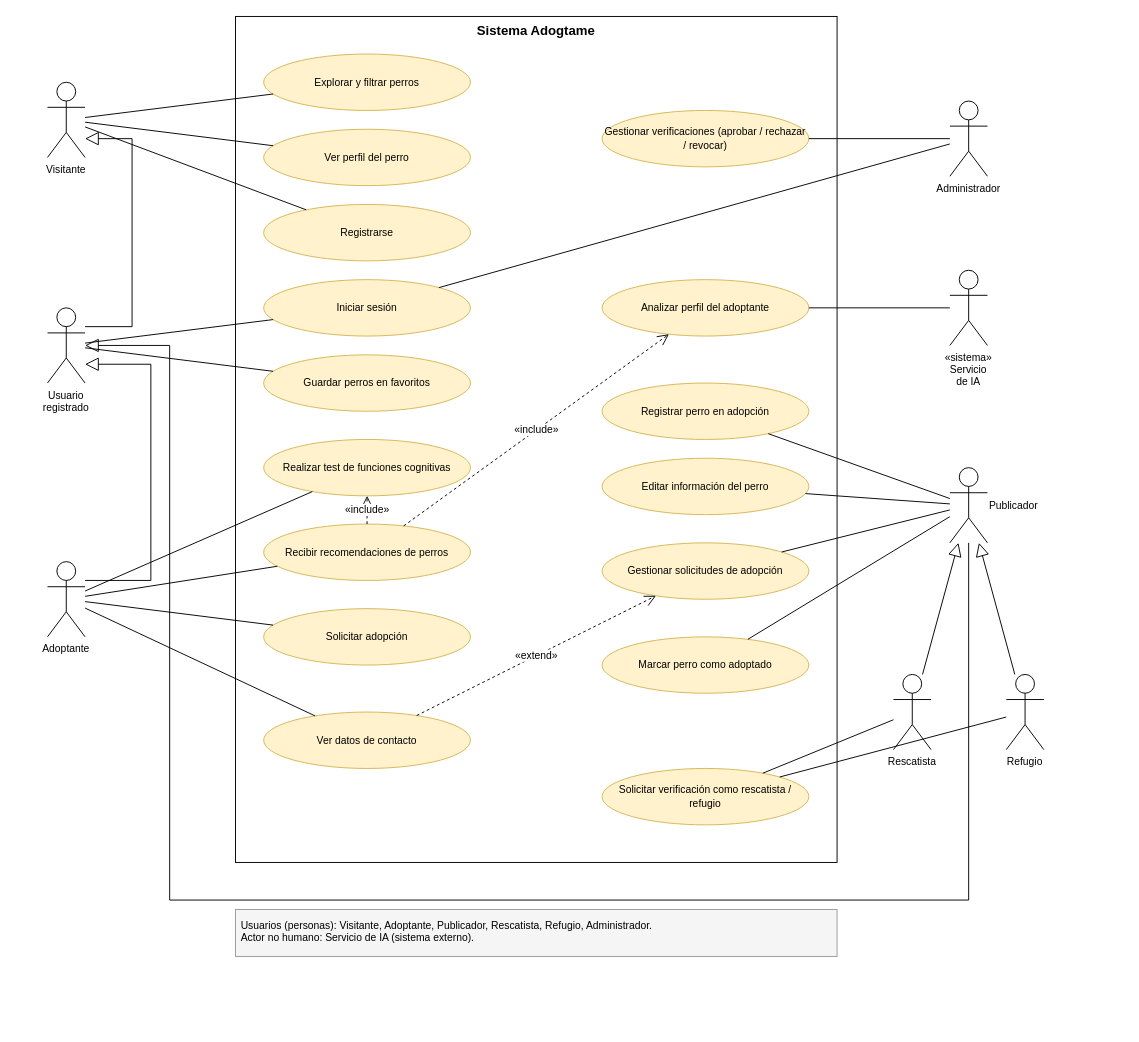
This is Entregable2/diagramas/04_Casos_de_Uso.drawio from Magdala-Commitee-Corporation/adogtame-docs, a draw.io file, before an edit. Source tidied: cells renumbered, new cells numbered last; positions are measured from the earlier drawing's top-left corner, leaving out a move shared by most shapes. Both pictures are drawn from the tidied source at 94%, with x=0, y=0 at pixel (47, 16).
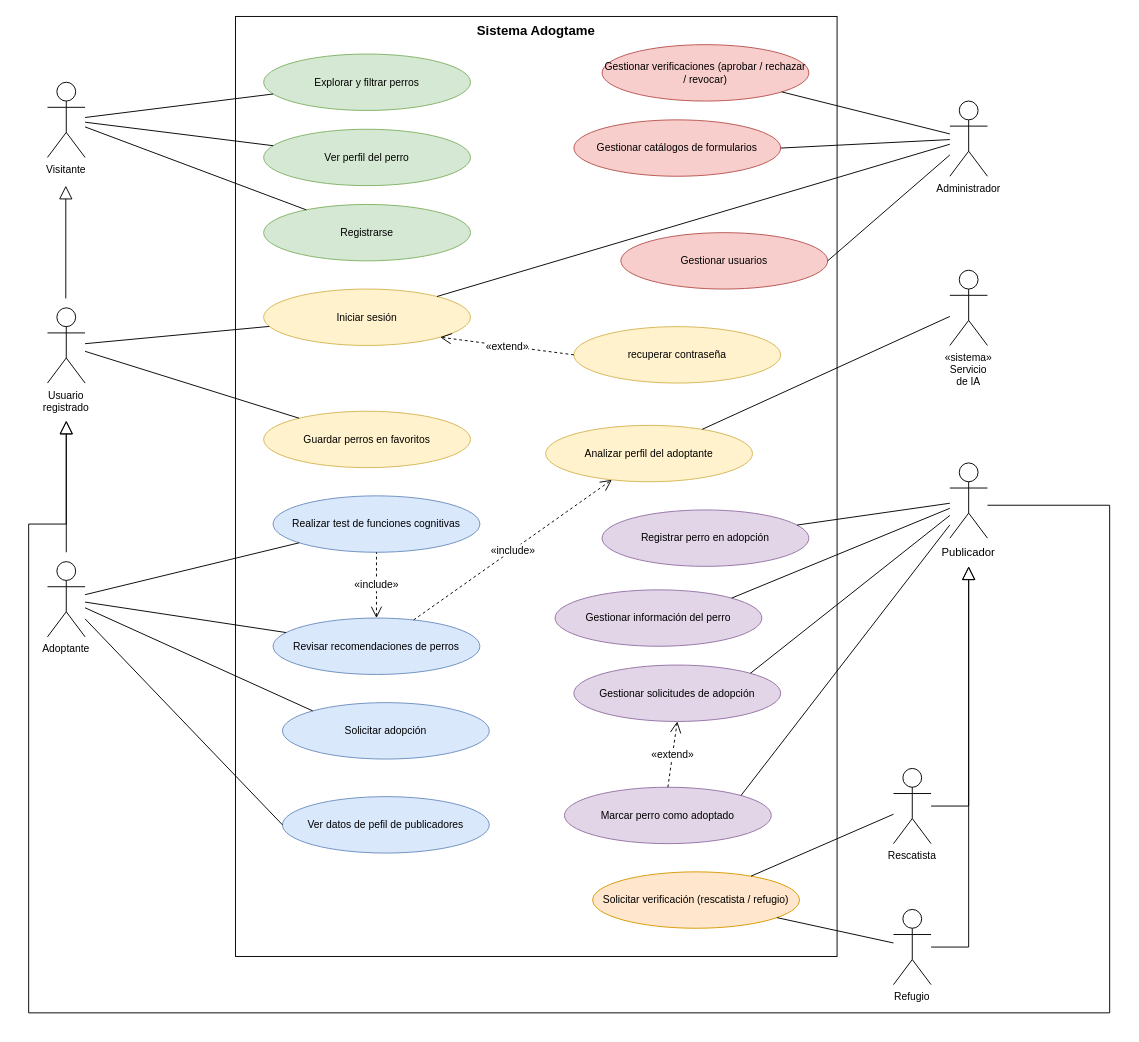
Above is the later version.

Commit message (it also covers changes not shown here):
docs: add recomendation specification

Update general use case diagram

Unchanged cells that the change refers to:
```xml
<mxCell id="19" value="Visitante" style="shape=umlActor;verticalLabelPosition=bottom;verticalAlign=top;html=1;outlineConnect=0;whiteSpace=wrap;fontSize=11;" parent="1" vertex="1">
  <mxGeometry y="70" width="40" height="80" as="geometry" />
</mxCell>
<mxCell id="20" value="Usuario registrado" style="shape=umlActor;verticalLabelPosition=bottom;verticalAlign=top;html=1;outlineConnect=0;whiteSpace=wrap;fontSize=11;" parent="1" vertex="1">
  <mxGeometry y="310" width="40" height="80" as="geometry" />
</mxCell>
<mxCell id="21" value="Adoptante" style="shape=umlActor;verticalLabelPosition=bottom;verticalAlign=top;html=1;outlineConnect=0;whiteSpace=wrap;fontSize=11;" parent="1" vertex="1">
  <mxGeometry y="580" width="40" height="80" as="geometry" />
</mxCell>
<mxCell id="25" value="Administrador" style="shape=umlActor;verticalLabelPosition=bottom;verticalAlign=top;html=1;outlineConnect=0;whiteSpace=wrap;fontSize=11;" parent="1" vertex="1">
  <mxGeometry x="960" y="90" width="40" height="80" as="geometry" />
</mxCell>
```

The edit, as a diff of the source:
```diff
@@
     <mxCell id="2" value="Sistema Adogtame" style="rounded=0;whiteSpace=wrap;html=1;verticalAlign=top;fontStyle=1;fontSize=14;fillColor=none;" parent="1" vertex="1">
-      <mxGeometry x="200" width="640" height="900" as="geometry" />
+      <mxGeometry x="200" width="640" height="1000" as="geometry" />
     </mxCell>
-    <mxCell id="3" value="Explorar y filtrar perros" style="ellipse;whiteSpace=wrap;html=1;fillColor=#fff2cc;strokeColor=#d6b656;fontSize=11;" parent="1" vertex="1">
+    <mxCell id="3" value="Explorar y filtrar perros" style="ellipse;whiteSpace=wrap;html=1;fillColor=#d5e8d4;strokeColor=#82b366;fontSize=11;" parent="1" vertex="1">
       <mxGeometry x="230" y="40" width="220" height="60" as="geometry" />
     </mxCell>
-    <mxCell id="4" value="Ver perfil del perro" style="ellipse;whiteSpace=wrap;html=1;fillColor=#fff2cc;strokeColor=#d6b656;fontSize=11;" parent="1" vertex="1">
+    <mxCell id="4" value="Ver perfil del perro" style="ellipse;whiteSpace=wrap;html=1;fillColor=#d5e8d4;strokeColor=#82b366;fontSize=11;" parent="1" vertex="1">
       <mxGeometry x="230" y="120" width="220" height="60" as="geometry" />
     </mxCell>
-    <mxCell id="5" value="Registrarse" style="ellipse;whiteSpace=wrap;html=1;fillColor=#fff2cc;strokeColor=#d6b656;fontSize=11;" parent="1" vertex="1">
+    <mxCell id="5" value="Registrarse" style="ellipse;whiteSpace=wrap;html=1;fillColor=#d5e8d4;strokeColor=#82b366;fontSize=11;" parent="1" vertex="1">
       <mxGeometry x="230" y="200" width="220" height="60" as="geometry" />
     </mxCell>
     <mxCell id="6" value="Iniciar sesión" style="ellipse;whiteSpace=wrap;html=1;fillColor=#fff2cc;strokeColor=#d6b656;fontSize=11;" parent="1" vertex="1">
-      <mxGeometry x="230" y="280" width="220" height="60" as="geometry" />
+      <mxGeometry x="230" y="290" width="220" height="60" as="geometry" />
     </mxCell>
     <mxCell id="7" value="Guardar perros en favoritos" style="ellipse;whiteSpace=wrap;html=1;fillColor=#fff2cc;strokeColor=#d6b656;fontSize=11;" parent="1" vertex="1">
-      <mxGeometry x="230" y="360" width="220" height="60" as="geometry" />
+      <mxGeometry x="230" y="420" width="220" height="60" as="geometry" />
     </mxCell>
-    <mxCell id="8" value="Realizar test de funciones cognitivas" style="ellipse;whiteSpace=wrap;html=1;fillColor=#fff2cc;strokeColor=#d6b656;fontSize=11;" parent="1" vertex="1">
-      <mxGeometry x="230" y="450" width="220" height="60" as="geometry" />
+    <mxCell id="8" value="Realizar test de funciones cognitivas" style="ellipse;whiteSpace=wrap;html=1;fillColor=#dae8fc;strokeColor=#6c8ebf;fontSize=11;" parent="1" vertex="1">
+      <mxGeometry x="240" y="510" width="220" height="60" as="geometry" />
     </mxCell>
-    <mxCell id="9" value="Recibir recomendaciones de perros" style="ellipse;whiteSpace=wrap;html=1;fillColor=#fff2cc;strokeColor=#d6b656;fontSize=11;" parent="1" vertex="1">
-      <mxGeometry x="230" y="540" width="220" height="60" as="geometry" />
+    <mxCell id="9" value="Revisar recomendaciones de perros" style="ellipse;whiteSpace=wrap;html=1;fillColor=#dae8fc;strokeColor=#6c8ebf;fontSize=11;" parent="1" vertex="1">
+      <mxGeometry x="240" y="640" width="220" height="60" as="geometry" />
     </mxCell>
-    <mxCell id="10" value="Solicitar adopción" style="ellipse;whiteSpace=wrap;html=1;fillColor=#fff2cc;strokeColor=#d6b656;fontSize=11;" parent="1" vertex="1">
-      <mxGeometry x="230" y="630" width="220" height="60" as="geometry" />
+    <mxCell id="10" value="Solicitar adopción" style="ellipse;whiteSpace=wrap;html=1;fillColor=#dae8fc;strokeColor=#6c8ebf;fontSize=11;" parent="1" vertex="1">
+      <mxGeometry x="250" y="730" width="220" height="60" as="geometry" />
     </mxCell>
-    <mxCell id="11" value="Ver datos de contacto" style="ellipse;whiteSpace=wrap;html=1;fillColor=#fff2cc;strokeColor=#d6b656;fontSize=11;" parent="1" vertex="1">
-      <mxGeometry x="230" y="740" width="220" height="60" as="geometry" />
+    <mxCell id="11" value="Ver datos de pefil de publicadores" style="ellipse;whiteSpace=wrap;html=1;fillColor=#dae8fc;strokeColor=#6c8ebf;fontSize=11;" parent="1" vertex="1">
+      <mxGeometry x="250" y="830" width="220" height="60" as="geometry" />
     </mxCell>
-    <mxCell id="12" value="Gestionar verificaciones (aprobar / rechazar / revocar)" style="ellipse;whiteSpace=wrap;html=1;fillColor=#fff2cc;strokeColor=#d6b656;fontSize=11;" parent="1" vertex="1">
-      <mxGeometry x="590" y="100" width="220" height="60" as="geometry" />
+    <mxCell id="12" value="Gestionar verificaciones (aprobar / rechazar / revocar)" style="ellipse;whiteSpace=wrap;html=1;fillColor=#f8cecc;strokeColor=#b85450;fontSize=11;" parent="1" vertex="1">
+      <mxGeometry x="590" y="30" width="220" height="60" as="geometry" />
     </mxCell>
     <mxCell id="13" value="Analizar perfil del adoptante" style="ellipse;whiteSpace=wrap;html=1;fillColor=#fff2cc;strokeColor=#d6b656;fontSize=11;" parent="1" vertex="1">
-      <mxGeometry x="590" y="280" width="220" height="60" as="geometry" />
+      <mxGeometry x="530" y="435" width="220" height="60" as="geometry" />
     </mxCell>
-    <mxCell id="14" value="Registrar perro en adopción" style="ellipse;whiteSpace=wrap;html=1;fillColor=#fff2cc;strokeColor=#d6b656;fontSize=11;" parent="1" vertex="1">
-      <mxGeometry x="590" y="390" width="220" height="60" as="geometry" />
+    <mxCell id="14" value="Registrar perro en adopción" style="ellipse;whiteSpace=wrap;html=1;fillColor=#e1d5e7;strokeColor=#9673a6;fontSize=11;" parent="1" vertex="1">
+      <mxGeometry x="590" y="525" width="220" height="60" as="geometry" />
     </mxCell>
-    <mxCell id="15" value="Editar información del perro" style="ellipse;whiteSpace=wrap;html=1;fillColor=#fff2cc;strokeColor=#d6b656;fontSize=11;" parent="1" vertex="1">
-      <mxGeometry x="590" y="470" width="220" height="60" as="geometry" />
+    <mxCell id="15" value="Gestionar información del perro" style="ellipse;whiteSpace=wrap;html=1;fillColor=#e1d5e7;strokeColor=#9673a6;fontSize=11;" parent="1" vertex="1">
+      <mxGeometry x="540" y="610" width="220" height="60" as="geometry" />
     </mxCell>
-    <mxCell id="16" value="Gestionar solicitudes de adopción" style="ellipse;whiteSpace=wrap;html=1;fillColor=#fff2cc;strokeColor=#d6b656;fontSize=11;" parent="1" vertex="1">
-      <mxGeometry x="590" y="560" width="220" height="60" as="geometry" />
+    <mxCell id="16" value="Gestionar solicitudes de adopción" style="ellipse;whiteSpace=wrap;html=1;fillColor=#e1d5e7;strokeColor=#9673a6;fontSize=11;" parent="1" vertex="1">
+      <mxGeometry x="560" y="690" width="220" height="60" as="geometry" />
     </mxCell>
-    <mxCell id="17" value="Marcar perro como adoptado" style="ellipse;whiteSpace=wrap;html=1;fillColor=#fff2cc;strokeColor=#d6b656;fontSize=11;" parent="1" vertex="1">
-      <mxGeometry x="590" y="660" width="220" height="60" as="geometry" />
+    <mxCell id="17" value="Marcar perro como adoptado" style="ellipse;whiteSpace=wrap;html=1;fillColor=#e1d5e7;strokeColor=#9673a6;fontSize=11;" parent="1" vertex="1">
+      <mxGeometry x="550" y="820" width="220" height="60" as="geometry" />
     </mxCell>
-    <mxCell id="18" value="Solicitar verificación como rescatista / refugio" style="ellipse;whiteSpace=wrap;html=1;fillColor=#fff2cc;strokeColor=#d6b656;fontSize=11;" parent="1" vertex="1">
-      <mxGeometry x="590" y="800" width="220" height="60" as="geometry" />
+    <mxCell id="18" value="Solicitar verificación (rescatista / refugio)" style="ellipse;whiteSpace=wrap;html=1;fillColor=#ffe6cc;strokeColor=#d79b00;fontSize=11;" parent="1" vertex="1">
+      <mxGeometry x="580" y="910" width="220" height="60" as="geometry" />
     </mxCell>
@@
-    <mxCell id="22" value="Publicador" style="shape=umlActor;labelPosition=right;verticalLabelPosition=middle;align=left;verticalAlign=middle;html=1;outlineConnect=0;whiteSpace=wrap;fontSize=11;" parent="1" vertex="1">
-      <mxGeometry x="960" y="480" width="40" height="80" as="geometry" />
-    </mxCell>
     <mxCell id="23" value="Rescatista" style="shape=umlActor;verticalLabelPosition=bottom;verticalAlign=top;html=1;outlineConnect=0;whiteSpace=wrap;fontSize=11;" parent="1" vertex="1">
-      <mxGeometry x="900" y="700" width="40" height="80" as="geometry" />
+      <mxGeometry x="900" y="800" width="40" height="80" as="geometry" />
     </mxCell>
     <mxCell id="24" value="Refugio" style="shape=umlActor;verticalLabelPosition=bottom;verticalAlign=top;html=1;outlineConnect=0;whiteSpace=wrap;fontSize=11;" parent="1" vertex="1">
-      <mxGeometry x="1020" y="700" width="40" height="80" as="geometry" />
+      <mxGeometry x="900" y="950" width="40" height="80" as="geometry" />
     </mxCell>
@@
-    <mxCell id="34" style="html=1;rounded=0;endArrow=none;" parent="1" edge="1" source="21" target="10">
+    <mxCell id="34" style="html=1;rounded=0;endArrow=none;entryX=0;entryY=0;entryDx=0;entryDy=0;" parent="1" edge="1" source="21" target="10">
       <mxGeometry relative="1" as="geometry" />
     </mxCell>
-    <mxCell id="35" style="html=1;rounded=0;endArrow=none;" parent="1" edge="1" source="21" target="11">
+    <mxCell id="35" style="html=1;rounded=0;endArrow=none;entryX=0;entryY=0.5;entryDx=0;entryDy=0;" parent="1" edge="1" source="21" target="11">
       <mxGeometry relative="1" as="geometry" />
     </mxCell>
@@
-    <mxCell id="37" style="html=1;rounded=0;endArrow=none;" parent="1" edge="1" source="22" target="15">
+    <mxCell id="37" style="html=1;rounded=0;endArrow=none;entryX=1;entryY=0;entryDx=0;entryDy=0;" parent="1" edge="1" source="22" target="15">
       <mxGeometry relative="1" as="geometry" />
     </mxCell>
-    <mxCell id="38" style="html=1;rounded=0;endArrow=none;" parent="1" edge="1" source="22" target="16">
+    <mxCell id="38" style="html=1;rounded=0;endArrow=none;entryX=1;entryY=0;entryDx=0;entryDy=0;" parent="1" edge="1" source="22" target="16">
       <mxGeometry relative="1" as="geometry" />
     </mxCell>
-    <mxCell id="39" style="html=1;rounded=0;endArrow=none;" parent="1" edge="1" source="22" target="17">
+    <mxCell id="39" style="html=1;rounded=0;endArrow=none;entryX=1;entryY=0;entryDx=0;entryDy=0;" parent="1" edge="1" source="22" target="17">
       <mxGeometry relative="1" as="geometry" />
     </mxCell>
@@
-    <mxCell id="45" style="html=1;rounded=0;endArrow=block;endFill=0;endSize=12;edgeStyle=orthogonalEdgeStyle;exitX=1;exitY=0.25;entryX=1;entryY=0.75;" parent="1" edge="1" source="20" target="19">
+    <mxCell id="45" style="html=1;rounded=0;endArrow=block;endFill=0;endSize=12;edgeStyle=orthogonalEdgeStyle;" parent="1" edge="1">
       <mxGeometry relative="1" as="geometry">
-        <Array as="points">
-          <mxPoint x="90" y="330" />
-          <mxPoint x="90" y="130" />
-        </Array>
+        <mxPoint x="19.5" y="300" as="sourcePoint" />
+        <mxPoint x="19.5" y="180" as="targetPoint" />
       </mxGeometry>
     </mxCell>
-    <mxCell id="46" style="html=1;rounded=0;endArrow=block;endFill=0;endSize=12;edgeStyle=orthogonalEdgeStyle;exitX=1;exitY=0.25;entryX=1;entryY=0.75;" parent="1" edge="1" source="21" target="20">
-      <mxGeometry relative="1" as="geometry">
-        <Array as="points">
-          <mxPoint x="110" y="600" />
-          <mxPoint x="110" y="370" />
-        </Array>
+    <mxCell id="46" style="html=1;rounded=0;endArrow=block;endFill=0;endSize=12;edgeStyle=orthogonalEdgeStyle;" parent="1" edge="1">
+      <mxGeometry x="-0.19" relative="1" as="geometry">
+        <mxPoint x="20" y="570" as="sourcePoint" />
+        <mxPoint x="20" y="430" as="targetPoint" />
       </mxGeometry>
     </mxCell>
-    <mxCell id="47" style="html=1;rounded=0;endArrow=block;endFill=0;endSize=12;edgeStyle=orthogonalEdgeStyle;entryX=1;entryY=0.5;" parent="1" edge="1" source="22" target="20">
-      <mxGeometry relative="1" as="geometry">
+    <mxCell id="47" style="html=1;rounded=0;endArrow=block;endFill=0;endSize=12;edgeStyle=orthogonalEdgeStyle;" parent="1" edge="1" source="22">
+      <mxGeometry x="0.13" relative="1" as="geometry">
+        <mxPoint x="20" y="430" as="targetPoint" />
         <Array as="points">
-          <mxPoint x="980" y="940" />
-          <mxPoint x="130" y="940" />
-          <mxPoint x="130" y="350" />
+          <mxPoint x="1130" y="520" />
+          <mxPoint x="1130" y="1060" />
+          <mxPoint x="-20" y="1060" />
+          <mxPoint x="-20" y="540" />
+          <mxPoint x="20" y="540" />
         </Array>
       </mxGeometry>
     </mxCell>
-    <mxCell id="48" style="html=1;rounded=0;endArrow=block;endFill=0;endSize=12;" parent="1" edge="1" source="23" target="22">
-      <mxGeometry relative="1" as="geometry" />
+    <mxCell id="48" style="html=1;rounded=0;endArrow=block;endFill=0;endSize=12;entryX=0.5;entryY=1;entryDx=0;entryDy=0;" parent="1" edge="1" source="23" target="57">
+      <mxGeometry x="0.32" relative="1" as="geometry">
+        <Array as="points">
+          <mxPoint x="980" y="840" />
+          <mxPoint x="980" y="610" />
+        </Array>
+      </mxGeometry>
     </mxCell>
-    <mxCell id="49" style="html=1;rounded=0;endArrow=block;endFill=0;endSize=12;" parent="1" edge="1" source="24" target="22">
-      <mxGeometry relative="1" as="geometry" />
+    <mxCell id="49" style="html=1;rounded=0;endArrow=block;endFill=0;endSize=12;entryX=0.5;entryY=1;entryDx=0;entryDy=0;" parent="1" edge="1" source="24" target="57">
+      <mxGeometry x="0.23" relative="1" as="geometry">
+        <Array as="points">
+          <mxPoint x="980" y="990" />
+        </Array>
+      </mxGeometry>
     </mxCell>
-    <mxCell id="50" value="«include»" style="html=1;rounded=0;endArrow=open;dashed=1;endSize=10;" parent="1" edge="1" source="9" target="8">
+    <mxCell id="50" value="«include»" style="html=1;rounded=0;endArrow=none;dashed=1;endSize=10;startArrow=open;startFill=1;startSize=10;endFill=0;" parent="1" edge="1" source="9" target="8">
       <mxGeometry relative="1" as="geometry" />
     </mxCell>
-    <mxCell id="51" value="«include»" style="html=1;rounded=0;endArrow=open;dashed=1;endSize=10;" parent="1" edge="1" source="9" target="13">
+    <mxCell id="51" value="«include»" style="html=1;rounded=0;endArrow=open;dashed=1;endSize=10;startArrow=none;startFill=0;startSize=10;endFill=0;" parent="1" edge="1" source="9" target="13">
       <mxGeometry relative="1" as="geometry" />
     </mxCell>
-    <mxCell id="52" value="«extend»" style="html=1;rounded=0;endArrow=open;dashed=1;endSize=10;" parent="1" edge="1" source="11" target="16">
+    <mxCell id="52" value="«extend»" style="html=1;rounded=0;endArrow=open;dashed=1;endSize=10;entryX=0.5;entryY=1;entryDx=0;entryDy=0;exitX=0.5;exitY=0;exitDx=0;exitDy=0;" parent="1" edge="1" source="17" target="16">
       <mxGeometry relative="1" as="geometry" />
     </mxCell>
-    <mxCell id="53" value="Usuarios (personas): Visitante, Adoptante, Publicador, Rescatista, Refugio, Administrador.&lt;br&gt;Actor no humano: Servicio de IA (sistema externo)." style="text;html=1;whiteSpace=wrap;fontSize=11;align=left;fillColor=#f5f5f5;strokeColor=#999999;spacing=6;" parent="1" vertex="1">
-      <mxGeometry x="200" y="950" width="640" height="50" as="geometry" />
-    </mxCell>
+    <mxCell id="54" value="Gestionar catálogos de formularios" style="ellipse;whiteSpace=wrap;html=1;fillColor=#f8cecc;strokeColor=#b85450;fontSize=11;" parent="1" vertex="1">
+      <mxGeometry x="560" y="110" width="220" height="60" as="geometry" />
+    </mxCell>
+    <mxCell id="55" style="endArrow=none;html=1;exitX=1;exitY=0.5;exitDx=0;exitDy=0;" parent="1" edge="1" source="54" target="25">
+      <mxGeometry relative="1" as="geometry" />
+    </mxCell>
+    <mxCell id="56" style="group;" parent="1" vertex="1">
+      <mxGeometry x="950" y="475" width="60" height="110" as="geometry" />
+    </mxCell>
+    <mxCell id="22" style="shape=umlActor;labelPosition=right;verticalLabelPosition=middle;align=left;verticalAlign=middle;html=1;outlineConnect=0;whiteSpace=wrap;fontSize=11;" parent="56" vertex="1">
+      <mxGeometry x="10" width="40" height="80" as="geometry" />
+    </mxCell>
+    <mxCell id="57" value="Publicador" style="text;html=1;whiteSpace=wrap;strokeColor=none;fillColor=none;align=center;verticalAlign=middle;rounded=0;" parent="56" vertex="1">
+      <mxGeometry y="80" width="60" height="30" as="geometry" />
+    </mxCell>
+    <mxCell id="58" value="Gestionar usuarios" style="ellipse;whiteSpace=wrap;html=1;fillColor=#f8cecc;strokeColor=#b85450;fontSize=11;" parent="1" vertex="1">
+      <mxGeometry x="610" y="230" width="220" height="60" as="geometry" />
+    </mxCell>
+    <mxCell id="59" style="endArrow=none;html=1;exitX=1;exitY=0.5;exitDx=0;exitDy=0;" parent="1" edge="1" source="58" target="25">
+      <mxGeometry relative="1" as="geometry" />
+    </mxCell>
+    <mxCell id="60" value="recuperar contraseña" style="ellipse;whiteSpace=wrap;html=1;fillColor=#fff2cc;strokeColor=#d6b656;fontSize=11;" parent="1" vertex="1">
+      <mxGeometry x="560" y="330" width="220" height="60" as="geometry" />
+    </mxCell>
+    <mxCell id="61" value="«extend»" style="html=1;rounded=0;endArrow=open;dashed=1;endSize=10;exitX=0;exitY=0.5;exitDx=0;exitDy=0;entryX=1;entryY=1;entryDx=0;entryDy=0;" parent="1" edge="1" source="60" target="6">
+      <mxGeometry relative="1" as="geometry" />
+    </mxCell>
```
